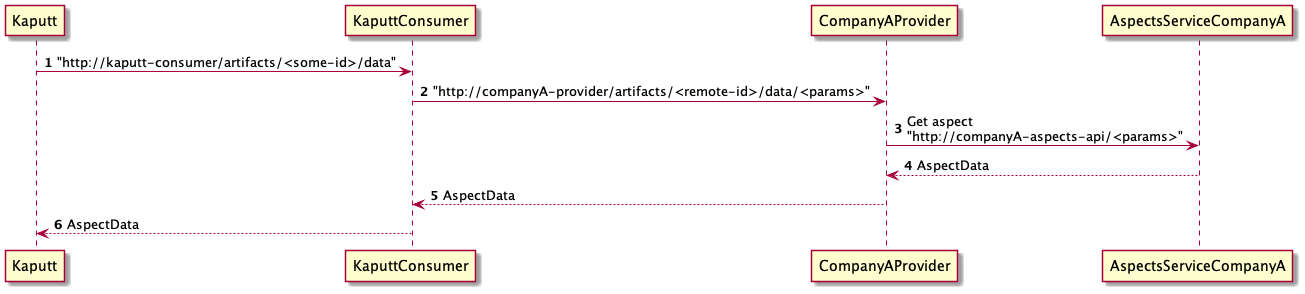
The PlantUML diagram documentation/architecture/diagrams/speedboat-get-aspect.png in catenax/tractusx, before a commit.
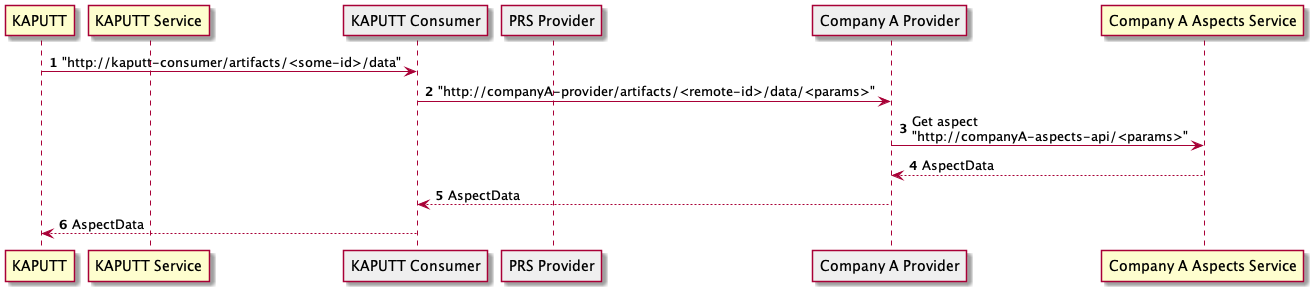
After the change.

What changed in the source:
```diff
@@ -1,6 +1,13 @@
 @startuml
 
 autonumber
+
+participant "KAPUTT" as Kaputt
+participant "KAPUTT Service" as KaputtService
+participant "KAPUTT Consumer" as KaputtConsumer #efefef
+participant "PRS Provider" as PRSProvider  #efefef
+participant "Company A Provider" as CompanyAProvider #efefef
+participant "Company A Aspects Service" as AspectsServiceCompanyA
 
 Kaputt ->  KaputtConsumer: "http://kaputt-consumer/artifacts/<some-id>/data"
 KaputtConsumer -> CompanyAProvider: "http://companyA-provider/artifacts/<remote-id>/data/<params>"
```
